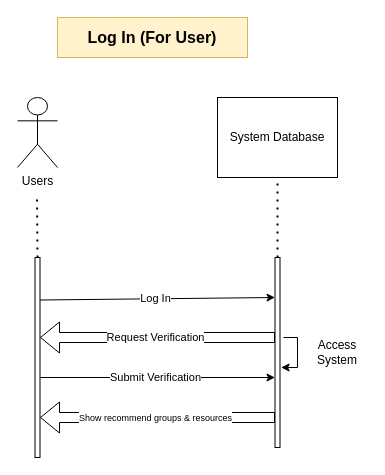
Earlier version of the draw.io diagram page "Log In (For Users)" (1 of 17) of StudtMate.drawio (ParkinnAuto/StudyMate). Source tidied: cells renumbered, new cells numbered last; positions are measured from the earlier drawing's top-left corner, leaving out a move shared by most shapes. Both pictures are drawn from the tidied source at 100%, with x=0, y=0 at pixel (17, 17).
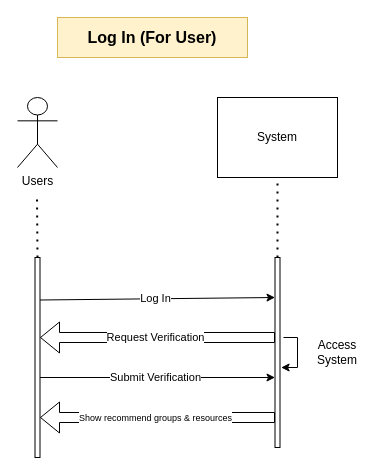
The same page after the edit.

Change to the diagram source:
```diff
@@
-    <mxCell id="4" value="System Database" style="rounded=0;whiteSpace=wrap;html=1;" parent="1" vertex="1">
+    <mxCell id="4" value="System" style="rounded=0;whiteSpace=wrap;html=1;" parent="1" vertex="1">
       <mxGeometry x="200" y="80" width="120" height="80" as="geometry" />
     </mxCell>
```
